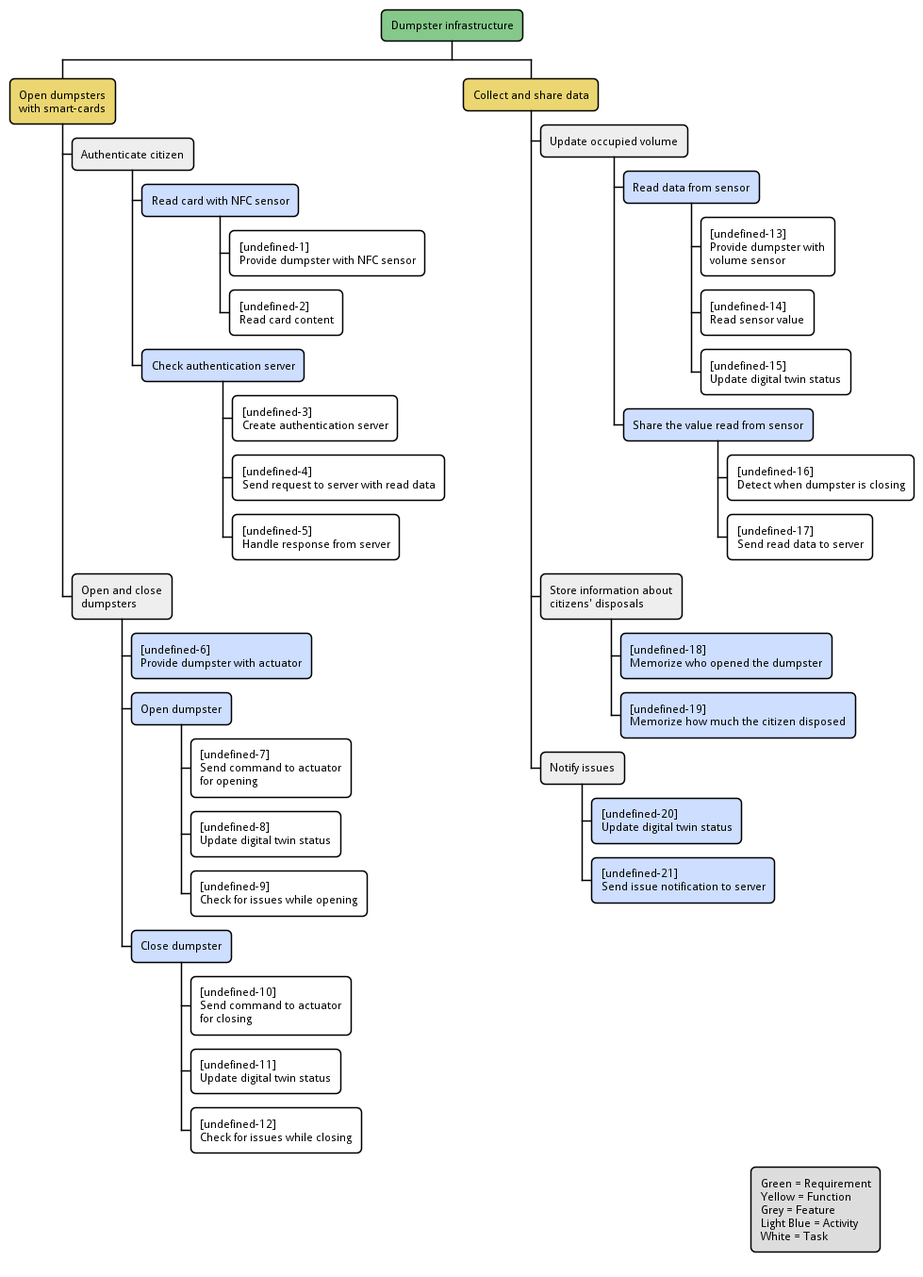
The PlantUML diagram img/wbs-dumpster-infrastructure.pm.png in SmartWasteCollection/project-management, before a commit. The source it was exported from:
```plantuml
@startwbs
!include ../metamodels/work-breakdown.iuml
!$title = DI
requirement(Dumpster infrastructure)

function(Open dumpsters\nwith smart-cards)
feature(Authenticate citizen)
activity(Read card with NFC sensor)
task(Provide dumpster with NFC sensor)
task(Read card content)

activity(Check authentication server)
task(Create authentication server)
task(Send request to server with read data)
task(Handle response from server)

feature(Open and close\ndumpsters)
activity(Provide dumpster with actuator, )
activity(Open dumpster)
task(Send command to actuator\nfor opening)
task(Update digital twin status)
task(Check for issues while opening)

activity(Close dumpster)
task(Send command to actuator\nfor closing)
task(Update digital twin status)
task(Check for issues while closing)

function(Collect and share data)
feature(Update occupied volume)
activity(Read data from sensor)
task(Provide dumpster with\nvolume sensor)
task(Read sensor value)
task(Update digital twin status)
activity(Share the value read from sensor)
task(Detect when dumpster is closing)
task(Send read data to server)
feature(Store information about\ncitizens' disposals)
activity(Memorize who opened the dumpster,)
activity(Memorize how much the citizen disposed,)
feature(Notify issues)
activity(Update digital twin status,)
activity(Send issue notification to server,)

@endwbs
```
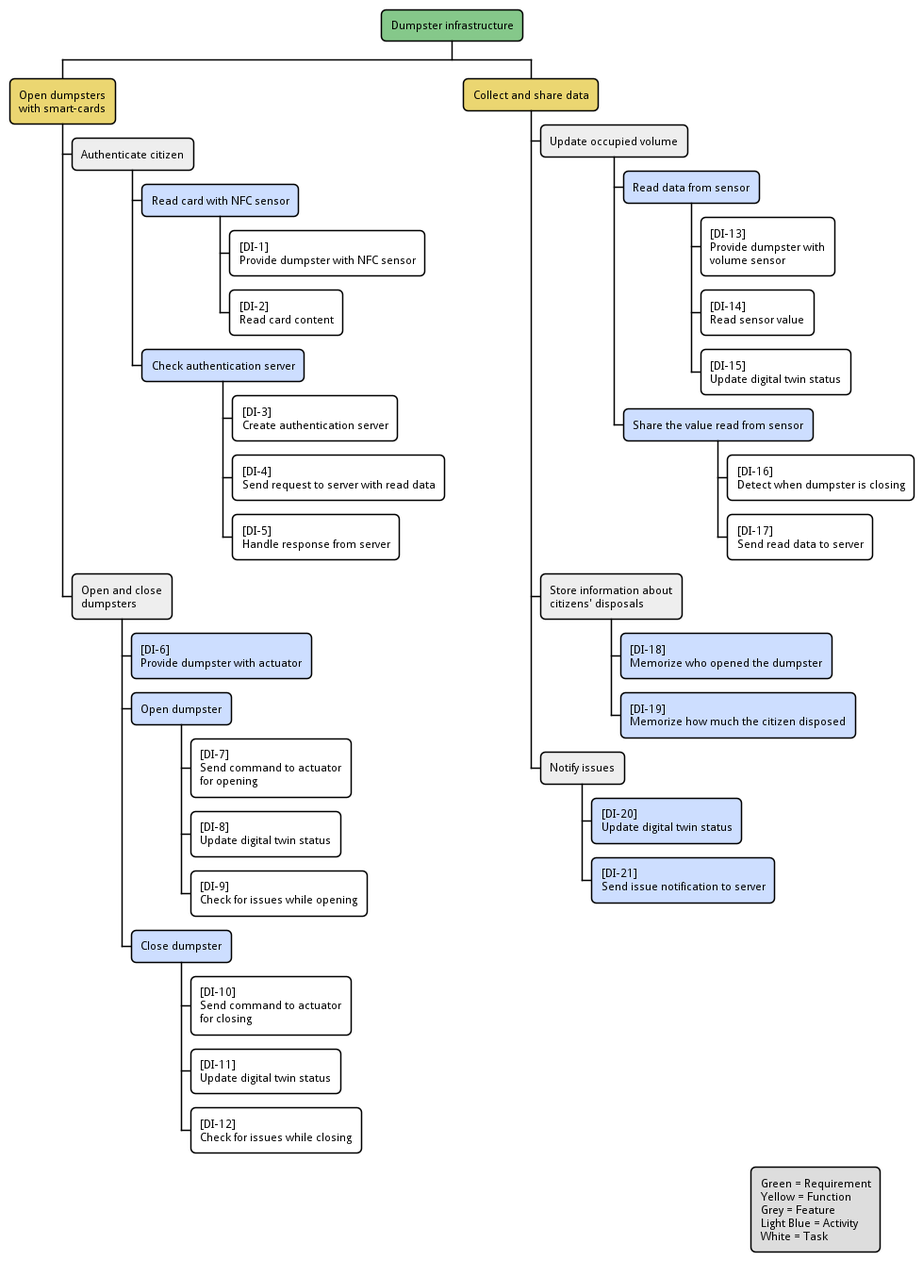
After the change.

The edit, as a diff of the source:
```diff
@@ -1,6 +1,6 @@
 @startwbs
 !include ../metamodels/work-breakdown.iuml
-!$title = DI
+!define title DI
 requirement(Dumpster infrastructure)
 
 function(Open dumpsters\nwith smart-cards)
```
